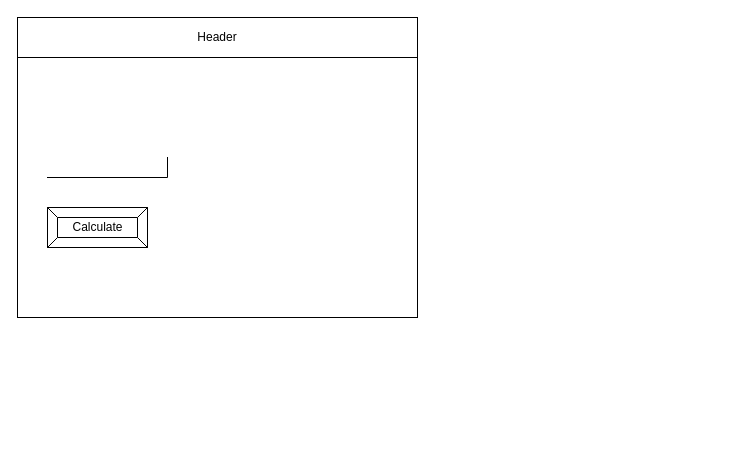
This is design/story-board.drawio from Claire-Bedrossian/ICS2O-Unit5-06-JS, a draw.io file, before an edit. Source tidied: cells renumbered, new cells numbered last; positions are measured from the earlier drawing's top-left corner, leaving out a move shared by most shapes. Both pictures are drawn from the tidied source at 100%, with x=0, y=0 at pixel (17, 17).
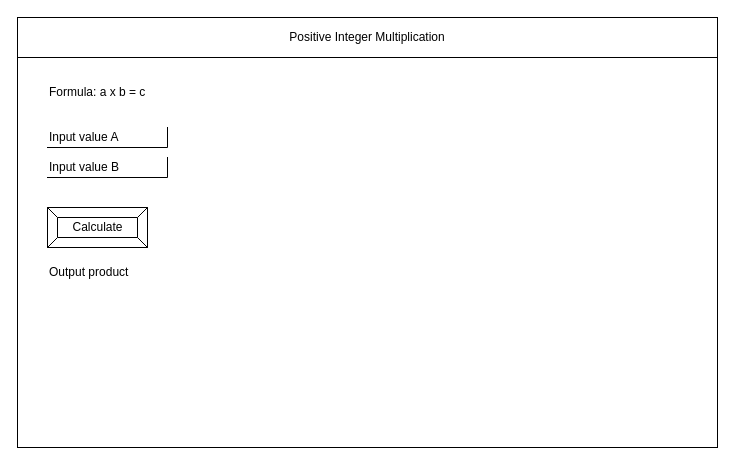
After the change.

Commit message (it also covers changes not shown here):
added flowchart and storyboard

Diff of the diagram source:
```diff
@@
 <mxGraphModel>
   <root>
     <mxCell id="0" />
     <mxCell id="1" parent="0" />
     <mxCell id="2" style="rounded=0;whiteSpace=wrap;html=1;" parent="1" vertex="1">
-      <mxGeometry width="400" height="300" as="geometry" />
+      <mxGeometry width="700" height="430" as="geometry" />
     </mxCell>
-    <mxCell id="3" value="Header" style="rounded=0;whiteSpace=wrap;html=1;" parent="1" vertex="1">
-      <mxGeometry width="400" height="40" as="geometry" />
+    <mxCell id="3" value="&lt;div&gt;Positive Integer Multiplication&lt;/div&gt;" style="rounded=0;whiteSpace=wrap;html=1;" parent="1" vertex="1">
+      <mxGeometry width="700" height="40" as="geometry" />
     </mxCell>
-    <mxCell id="4" style="shape=partialRectangle;whiteSpace=wrap;html=1;top=0;left=0;fillColor=none;" parent="1" vertex="1">
+    <mxCell id="4" value="Input value B" style="shape=partialRectangle;whiteSpace=wrap;html=1;top=0;left=0;fillColor=none;align=left;" parent="1" vertex="1">
       <mxGeometry x="30" y="140" width="120" height="20" as="geometry" />
     </mxCell>
     <mxCell id="5" value="Calculate" style="labelPosition=center;verticalLabelPosition=middle;align=center;html=1;shape=mxgraph.basic.button;dx=10;" parent="1" vertex="1">
       <mxGeometry x="30" y="190" width="100" height="40" as="geometry" />
     </mxCell>
+    <mxCell id="6" value="Input value A" style="shape=partialRectangle;whiteSpace=wrap;html=1;top=0;left=0;fillColor=none;align=left;" parent="1" vertex="1">
+      <mxGeometry x="30" y="110" width="120" height="20" as="geometry" />
+    </mxCell>
+    <mxCell id="7" value="Formula: a x b = c" style="text;html=1;strokeColor=none;fillColor=none;align=left;verticalAlign=middle;whiteSpace=wrap;rounded=0;" parent="1" vertex="1">
+      <mxGeometry x="30" y="60" width="180" height="30" as="geometry" />
+    </mxCell>
+    <mxCell id="8" value="Output product" style="text;html=1;strokeColor=none;fillColor=none;align=left;verticalAlign=middle;whiteSpace=wrap;rounded=0;" parent="1" vertex="1">
+      <mxGeometry x="30" y="240" width="180" height="30" as="geometry" />
+    </mxCell>
   </root>
 </mxGraphModel>
```
